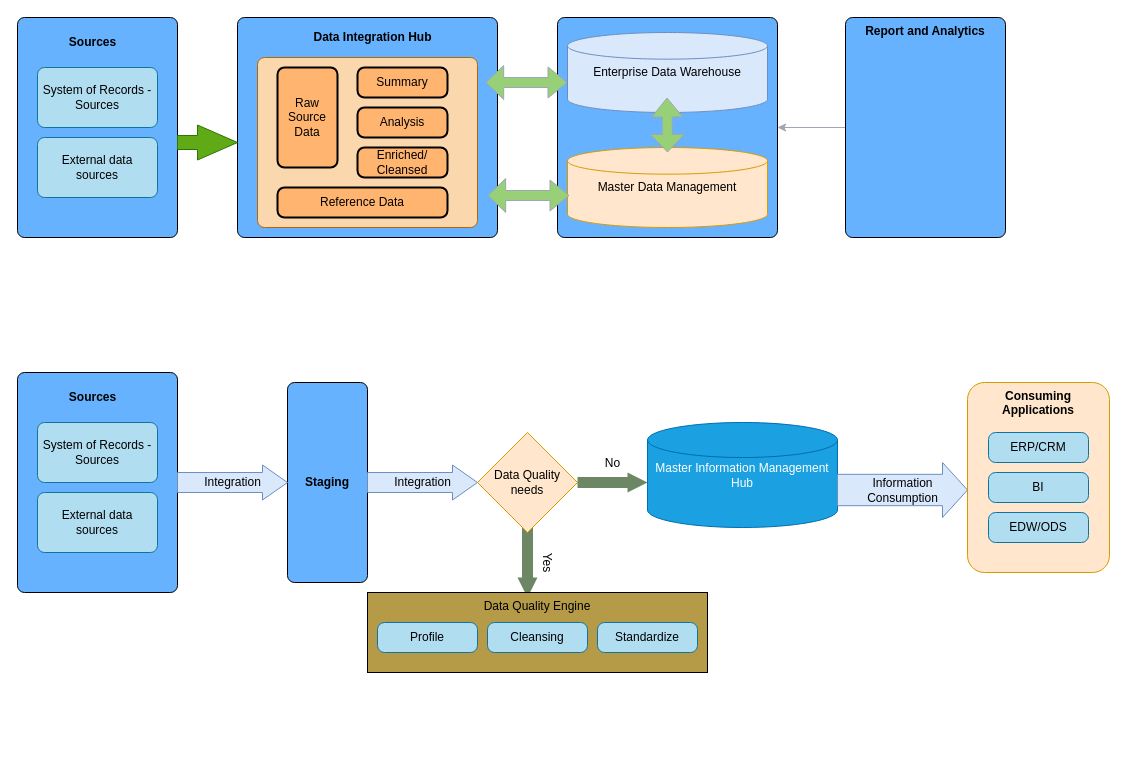
Before: page "Page-5" (4 of 5) of Single Customer View.drawio in uyennt01/Project1, a draw.io diagram. Source tidied: cells renumbered, new cells numbered last; positions are measured from the earlier drawing's top-left corner, leaving out a move shared by most shapes. Both pictures are drawn from the tidied source at 100%, with x=0, y=0 at pixel (17, 17).
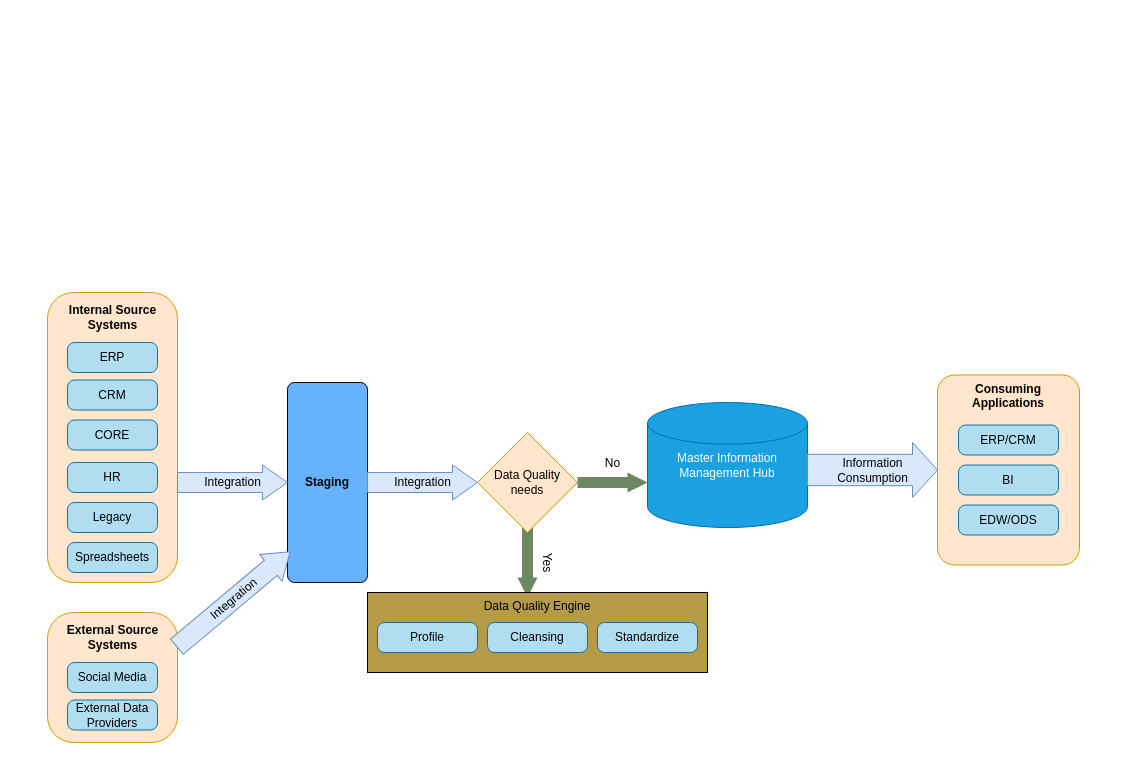
The same page after the edit.

What changed in the source:
```diff
@@
-    <mxCell id="3" style="rounded=1;whiteSpace=wrap;html=1;absoluteArcSize=1;arcSize=14;strokeWidth=1;fillColor=#66B2FF;" parent="1" vertex="1">
-      <mxGeometry width="160" height="220" as="geometry" />
-    </mxCell>
-    <mxCell id="4" value="Sources" style="text;html=1;align=center;verticalAlign=middle;fillColor=none;strokeColor=none;rounded=0;fontStyle=1;" parent="1" vertex="1">
-      <mxGeometry x="45" y="15" width="60" height="20" as="geometry" />
-    </mxCell>
-    <mxCell id="5" value="System of Records - Sources" style="rounded=1;whiteSpace=wrap;html=1;absoluteArcSize=1;arcSize=14;strokeWidth=1;fillColor=#b1ddf0;strokeColor=#10739e;" parent="1" vertex="1">
-      <mxGeometry x="20" y="50" width="120" height="60" as="geometry" />
-    </mxCell>
-    <mxCell id="6" value="&lt;div&gt;External data &lt;br&gt;&lt;/div&gt;&lt;div&gt;sources&lt;/div&gt;" style="rounded=1;whiteSpace=wrap;html=1;absoluteArcSize=1;arcSize=14;strokeWidth=1;fillColor=#b1ddf0;strokeColor=#10739e;" parent="1" vertex="1">
-      <mxGeometry x="20" y="120" width="120" height="60" as="geometry" />
-    </mxCell>
-    <mxCell id="7" style="rounded=1;whiteSpace=wrap;html=1;absoluteArcSize=1;arcSize=14;strokeWidth=1;fillColor=#66B2FF;" parent="1" vertex="1">
-      <mxGeometry x="220" width="260" height="220" as="geometry" />
-    </mxCell>
-    <mxCell id="8" value="Data Integration Hub" style="text;html=1;align=center;verticalAlign=middle;fillColor=none;strokeColor=none;rounded=0;fontStyle=1;" parent="1" vertex="1">
-      <mxGeometry x="290" y="10" width="130" height="20" as="geometry" />
-    </mxCell>
-    <mxCell id="9" style="rounded=1;whiteSpace=wrap;html=1;absoluteArcSize=1;arcSize=14;strokeWidth=1;fillColor=#fad7ac;strokeColor=#b46504;" parent="1" vertex="1">
-      <mxGeometry x="240" y="40" width="220" height="170" as="geometry" />
-    </mxCell>
-    <mxCell id="10" value="&lt;div&gt;Raw&lt;/div&gt;&lt;div&gt;Source&lt;br&gt;Data&lt;br&gt;&lt;/div&gt;" style="rounded=1;whiteSpace=wrap;html=1;absoluteArcSize=1;arcSize=14;strokeWidth=2;fillColor=#FFB570;" parent="1" vertex="1">
-      <mxGeometry x="260" y="50" width="60" height="100" as="geometry" />
-    </mxCell>
-    <mxCell id="11" value="Summary" style="rounded=1;whiteSpace=wrap;html=1;absoluteArcSize=1;arcSize=14;strokeWidth=2;fillColor=#FFB570;" parent="1" vertex="1">
-      <mxGeometry x="340" y="50" width="90" height="30" as="geometry" />
-    </mxCell>
-    <mxCell id="12" value="Analysis" style="rounded=1;whiteSpace=wrap;html=1;absoluteArcSize=1;arcSize=14;strokeWidth=2;fillColor=#FFB570;" parent="1" vertex="1">
-      <mxGeometry x="340" y="90" width="90" height="30" as="geometry" />
-    </mxCell>
-    <mxCell id="13" value="&lt;div&gt;Enriched/&lt;/div&gt;&lt;div&gt;Cleansed&lt;br&gt;&lt;/div&gt;" style="rounded=1;whiteSpace=wrap;html=1;absoluteArcSize=1;arcSize=14;strokeWidth=2;fillColor=#FFB570;" parent="1" vertex="1">
-      <mxGeometry x="340" y="130" width="90" height="30" as="geometry" />
-    </mxCell>
-    <mxCell id="14" value="Reference Data" style="rounded=1;whiteSpace=wrap;html=1;absoluteArcSize=1;arcSize=14;strokeWidth=2;fillColor=#FFB570;" parent="1" vertex="1">
-      <mxGeometry x="260" y="170" width="170" height="30" as="geometry" />
-    </mxCell>
-    <mxCell id="15" style="rounded=1;whiteSpace=wrap;html=1;absoluteArcSize=1;arcSize=14;strokeWidth=1;fillColor=#66B2FF;" parent="1" vertex="1">
-      <mxGeometry x="540" width="220" height="220" as="geometry" />
-    </mxCell>
-    <mxCell id="16" style="edgeStyle=orthogonalEdgeStyle;rounded=0;jettySize=auto;html=1;strokeColor=#9EA7B3;fillColor=#97D077;" parent="1" edge="1" source="17" target="20">
-      <mxGeometry relative="1" as="geometry" />
-    </mxCell>
-    <mxCell id="17" value="Master Data Management" style="strokeWidth=1;html=1;shape=mxgraph.flowchart.database;whiteSpace=wrap;fillColor=#ffe6cc;strokeColor=#d79b00;gradientColor=none;gradientDirection=south;" parent="1" vertex="1">
-      <mxGeometry x="550" y="130" width="200" height="80" as="geometry" />
-    </mxCell>
-    <mxCell id="18" style="edgeStyle=orthogonalEdgeStyle;rounded=0;jettySize=auto;html=1;strokeColor=#9EA7B3;fillColor=#97D077;" parent="1" edge="1" source="19" target="15">
-      <mxGeometry relative="1" as="geometry" />
-    </mxCell>
-    <mxCell id="19" value="Report and Analytics" style="rounded=1;whiteSpace=wrap;html=1;absoluteArcSize=1;arcSize=14;strokeWidth=1;fillColor=#66B2FF;fontStyle=1;labelPosition=center;verticalLabelPosition=middle;align=center;verticalAlign=top;" parent="1" vertex="1">
-      <mxGeometry x="828" width="160" height="220" as="geometry" />
-    </mxCell>
-    <mxCell id="20" value="Enterprise Data Warehouse" style="strokeWidth=1;html=1;shape=mxgraph.flowchart.database;whiteSpace=wrap;fillColor=#dae8fc;strokeColor=#6c8ebf;" parent="1" vertex="1">
-      <mxGeometry x="550" y="15" width="200" height="80" as="geometry" />
-    </mxCell>
-    <mxCell id="21" style="shape=flexArrow;endArrow=classic;startArrow=classic;html=1;fillColor=#97D077;startWidth=23;startSize=5.56;strokeColor=#9EA7B3;" parent="1" edge="1">
-      <mxGeometry relative="1" as="geometry">
-        <mxPoint x="650" y="135" as="sourcePoint" />
-        <mxPoint x="649.5" y="80" as="targetPoint" />
-      </mxGeometry>
-    </mxCell>
-    <mxCell id="22" style="shape=flexArrow;endArrow=classic;startArrow=classic;html=1;fillColor=#97D077;startWidth=23;startSize=5.56;strokeColor=#9EA7B3;entryX=0.01;entryY=0.6;entryDx=0;entryDy=0;entryPerimeter=0;" parent="1" edge="1" target="17">
-      <mxGeometry relative="1" as="geometry">
-        <mxPoint x="470" y="178" as="sourcePoint" />
-      </mxGeometry>
-    </mxCell>
-    <mxCell id="23" style="shape=flexArrow;endArrow=classic;startArrow=classic;html=1;fillColor=#97D077;startWidth=23;startSize=5.56;strokeColor=#9EA7B3;entryX=0.01;entryY=0.6;entryDx=0;entryDy=0;entryPerimeter=0;" parent="1" edge="1">
-      <mxGeometry relative="1" as="geometry">
-        <mxPoint x="468" y="65" as="sourcePoint" />
-        <mxPoint x="550" y="65" as="targetPoint" />
-      </mxGeometry>
-    </mxCell>
-    <mxCell id="24" style="verticalLabelPosition=bottom;verticalAlign=top;html=1;strokeWidth=1;shape=mxgraph.arrows2.arrow;dy=0.6;dx=40;notch=0;fillColor=#60a917;strokeColor=#2D7600;fontColor=#ffffff;" parent="1" vertex="1">
-      <mxGeometry x="160" y="107.5" width="60" height="35" as="geometry" />
-    </mxCell>
-    <mxCell id="25" style="rounded=1;whiteSpace=wrap;html=1;absoluteArcSize=1;arcSize=14;strokeWidth=1;fillColor=#66B2FF;" parent="1" vertex="1">
-      <mxGeometry y="355" width="160" height="220" as="geometry" />
+    <mxCell id="25" style="rounded=1;whiteSpace=wrap;html=1;absoluteArcSize=1;arcSize=52;strokeWidth=1;fillColor=#ffe6cc;strokeColor=#d79b00;verticalAlign=middle;" parent="1" vertex="1">
+      <mxGeometry x="30" y="275" width="130" height="290" as="geometry" />
     </mxCell>
-    <mxCell id="26" value="Sources" style="text;html=1;align=center;verticalAlign=middle;fillColor=none;strokeColor=none;rounded=0;fontStyle=1;" parent="1" vertex="1">
-      <mxGeometry x="45" y="370" width="60" height="20" as="geometry" />
+    <mxCell id="26" value="&lt;div&gt;Internal Source&lt;/div&gt;&lt;div&gt;Systems&lt;/div&gt;" style="text;html=1;align=center;verticalAlign=middle;fillColor=none;strokeColor=none;rounded=0;fontStyle=1;" parent="1" vertex="1">
+      <mxGeometry x="45" y="285" width="100" height="30" as="geometry" />
     </mxCell>
-    <mxCell id="27" value="System of Records - Sources" style="rounded=1;whiteSpace=wrap;html=1;absoluteArcSize=1;arcSize=14;strokeWidth=1;fillColor=#b1ddf0;strokeColor=#10739e;" parent="1" vertex="1">
-      <mxGeometry x="20" y="405" width="120" height="60" as="geometry" />
+    <mxCell id="27" value="ERP" style="rounded=1;whiteSpace=wrap;html=1;absoluteArcSize=1;arcSize=14;strokeWidth=1;fillColor=#b1ddf0;strokeColor=#10739e;" parent="1" vertex="1">
+      <mxGeometry x="50" y="325" width="90" height="30" as="geometry" />
     </mxCell>
-    <mxCell id="28" value="&lt;div&gt;External data &lt;br&gt;&lt;/div&gt;&lt;div&gt;sources&lt;/div&gt;" style="rounded=1;whiteSpace=wrap;html=1;absoluteArcSize=1;arcSize=14;strokeWidth=1;fillColor=#b1ddf0;strokeColor=#10739e;" parent="1" vertex="1">
-      <mxGeometry x="20" y="475" width="120" height="60" as="geometry" />
-    </mxCell>
@@
     <mxCell id="33" value="Master Information Management Hub" style="strokeWidth=1;html=1;shape=mxgraph.flowchart.database;whiteSpace=wrap;fillColor=#1ba1e2;strokeColor=#006EAF;fontColor=#ffffff;flipH=1;flipV=0;direction=east;shadow=0;" parent="1" vertex="1">
-      <mxGeometry x="630" y="405" width="190" height="105" as="geometry" />
+      <mxGeometry x="630" y="385" width="160" height="125" as="geometry" />
     </mxCell>
@@
     <mxCell id="39" value="&lt;div&gt;Consuming&lt;/div&gt;&lt;div&gt;Applications&lt;/div&gt;" style="rounded=1;whiteSpace=wrap;html=1;absoluteArcSize=1;arcSize=34;strokeWidth=1;fillColor=#ffe6cc;fontStyle=1;labelPosition=center;verticalLabelPosition=middle;align=center;verticalAlign=top;strokeColor=#d79b00;" parent="1" vertex="1">
-      <mxGeometry x="950" y="365" width="142" height="190" as="geometry" />
+      <mxGeometry x="920" y="357.5" width="142" height="190" as="geometry" />
     </mxCell>
     <mxCell id="40" value="ERP/CRM" style="rounded=1;whiteSpace=wrap;html=1;absoluteArcSize=1;arcSize=14;strokeWidth=1;fillColor=#b1ddf0;strokeColor=#10739e;" parent="1" vertex="1">
-      <mxGeometry x="971" y="415" width="100" height="30" as="geometry" />
+      <mxGeometry x="941" y="407.5" width="100" height="30" as="geometry" />
     </mxCell>
     <mxCell id="41" value="BI" style="rounded=1;whiteSpace=wrap;html=1;absoluteArcSize=1;arcSize=14;strokeWidth=1;fillColor=#b1ddf0;strokeColor=#10739e;" parent="1" vertex="1">
-      <mxGeometry x="971" y="455" width="100" height="30" as="geometry" />
+      <mxGeometry x="941" y="447.5" width="100" height="30" as="geometry" />
     </mxCell>
     <mxCell id="42" value="EDW/ODS" style="rounded=1;whiteSpace=wrap;html=1;absoluteArcSize=1;arcSize=14;strokeWidth=1;fillColor=#b1ddf0;strokeColor=#10739e;" parent="1" vertex="1">
-      <mxGeometry x="971" y="495" width="100" height="30" as="geometry" />
+      <mxGeometry x="941" y="487.5" width="100" height="30" as="geometry" />
     </mxCell>
     <mxCell id="43" value="&lt;div&gt;Information &lt;br&gt;&lt;/div&gt;&lt;div&gt;Consumption&lt;/div&gt;" style="verticalLabelPosition=middle;verticalAlign=middle;html=1;strokeWidth=1;shape=mxgraph.arrows2.arrow;dy=0.43;dx=25;notch=0;labelPosition=center;align=center;fillColor=#dae8fc;strokeColor=#6c8ebf;" parent="1" vertex="1">
-      <mxGeometry x="820" y="445" width="130" height="55" as="geometry" />
+      <mxGeometry x="790" y="425" width="130" height="55" as="geometry" />
     </mxCell>
+    <mxCell id="44" value="&lt;div&gt;CRM&lt;/div&gt;" style="rounded=1;whiteSpace=wrap;html=1;absoluteArcSize=1;arcSize=14;strokeWidth=1;fillColor=#b1ddf0;strokeColor=#10739e;" parent="1" vertex="1">
+      <mxGeometry x="50" y="362.5" width="90" height="30" as="geometry" />
+    </mxCell>
+    <mxCell id="45" value="CORE" style="rounded=1;whiteSpace=wrap;html=1;absoluteArcSize=1;arcSize=14;strokeWidth=1;fillColor=#b1ddf0;strokeColor=#10739e;" parent="1" vertex="1">
+      <mxGeometry x="50" y="402.5" width="90" height="30" as="geometry" />
+    </mxCell>
+    <mxCell id="46" value="HR" style="rounded=1;whiteSpace=wrap;html=1;absoluteArcSize=1;arcSize=14;strokeWidth=1;fillColor=#b1ddf0;strokeColor=#10739e;" parent="1" vertex="1">
+      <mxGeometry x="50" y="445" width="90" height="30" as="geometry" />
+    </mxCell>
+    <mxCell id="47" value="Legacy" style="rounded=1;whiteSpace=wrap;html=1;absoluteArcSize=1;arcSize=14;strokeWidth=1;fillColor=#b1ddf0;strokeColor=#10739e;" parent="1" vertex="1">
+      <mxGeometry x="50" y="485" width="90" height="30" as="geometry" />
+    </mxCell>
+    <mxCell id="48" value="Spreadsheets" style="rounded=1;whiteSpace=wrap;html=1;absoluteArcSize=1;arcSize=14;strokeWidth=1;fillColor=#b1ddf0;strokeColor=#10739e;" parent="1" vertex="1">
+      <mxGeometry x="50" y="525" width="90" height="30" as="geometry" />
+    </mxCell>
+    <mxCell id="49" style="rounded=1;whiteSpace=wrap;html=1;absoluteArcSize=1;arcSize=52;strokeWidth=1;fillColor=#ffe6cc;strokeColor=#d79b00;verticalAlign=middle;" parent="1" vertex="1">
+      <mxGeometry x="30" y="595" width="130" height="130" as="geometry" />
+    </mxCell>
+    <mxCell id="50" value="External Source&lt;div&gt;Systems&lt;/div&gt;" style="text;html=1;align=center;verticalAlign=middle;fillColor=none;strokeColor=none;rounded=0;fontStyle=1;" parent="1" vertex="1">
+      <mxGeometry x="40" y="605" width="110" height="30" as="geometry" />
+    </mxCell>
+    <mxCell id="51" value="Social Media" style="rounded=1;whiteSpace=wrap;html=1;absoluteArcSize=1;arcSize=14;strokeWidth=1;fillColor=#b1ddf0;strokeColor=#10739e;" parent="1" vertex="1">
+      <mxGeometry x="50" y="645" width="90" height="30" as="geometry" />
+    </mxCell>
+    <mxCell id="52" value="External Data Providers" style="rounded=1;whiteSpace=wrap;html=1;absoluteArcSize=1;arcSize=14;strokeWidth=1;fillColor=#b1ddf0;strokeColor=#10739e;" parent="1" vertex="1">
+      <mxGeometry x="50" y="682.5" width="90" height="30" as="geometry" />
+    </mxCell>
+    <mxCell id="53" value="Integration" style="verticalLabelPosition=middle;verticalAlign=middle;html=1;strokeWidth=1;shape=mxgraph.arrows2.arrow;dy=0.43;dx=25;notch=0;labelPosition=center;align=center;fillColor=#dae8fc;strokeColor=#6c8ebf;rotation=-40;" parent="1" vertex="1">
+      <mxGeometry x="142.1" y="564.2" width="147.7" height="35" as="geometry" />
+    </mxCell>
```
